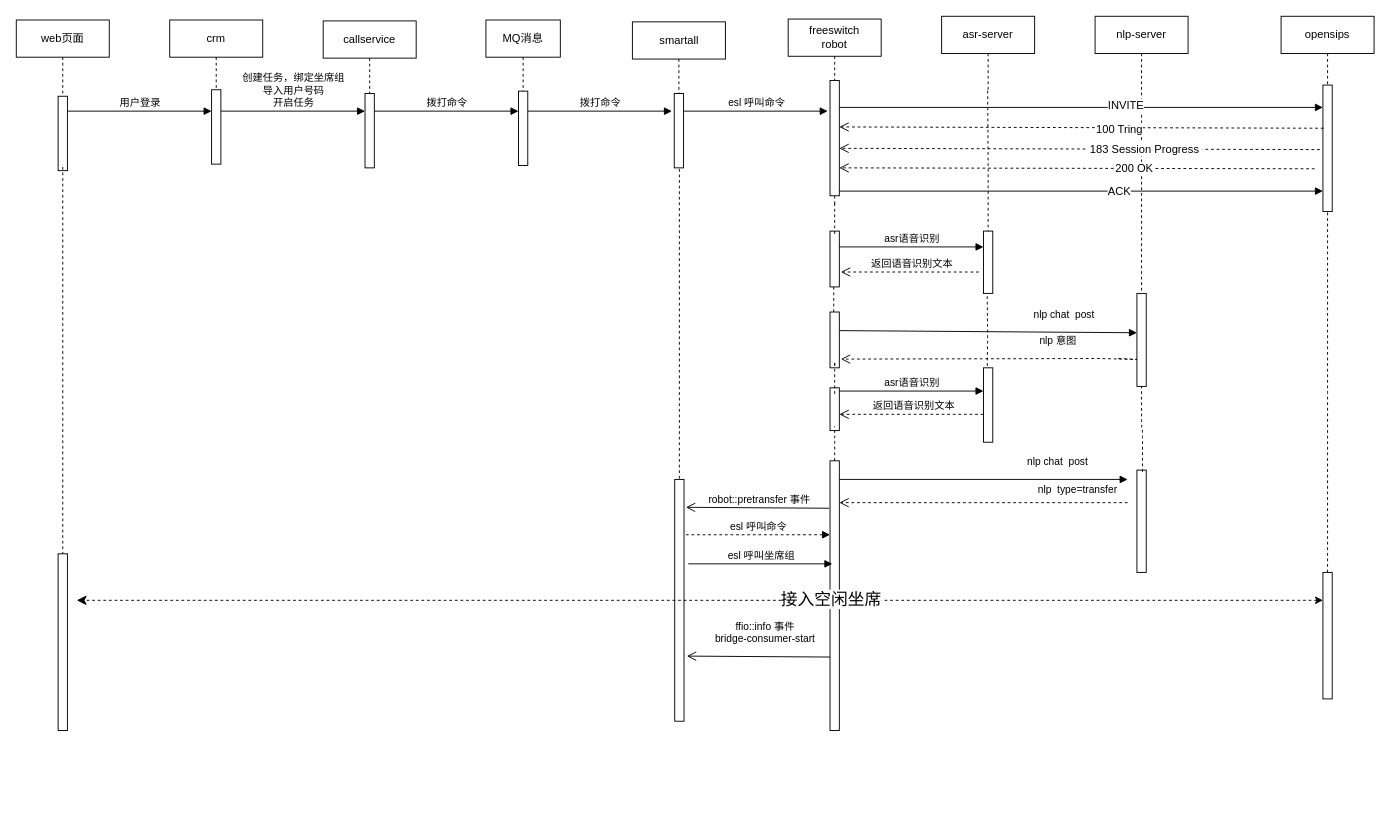
Earlier version of the draw.io diagram Untitled Diagram.drawio (shfguan/mygit). Source tidied: cells renumbered, new cells numbered last; positions are measured from the earlier drawing's top-left corner, leaving out a move shared by most shapes. Both pictures are drawn from the tidied source at 93%, with x=0, y=0 at pixel (16, 16).
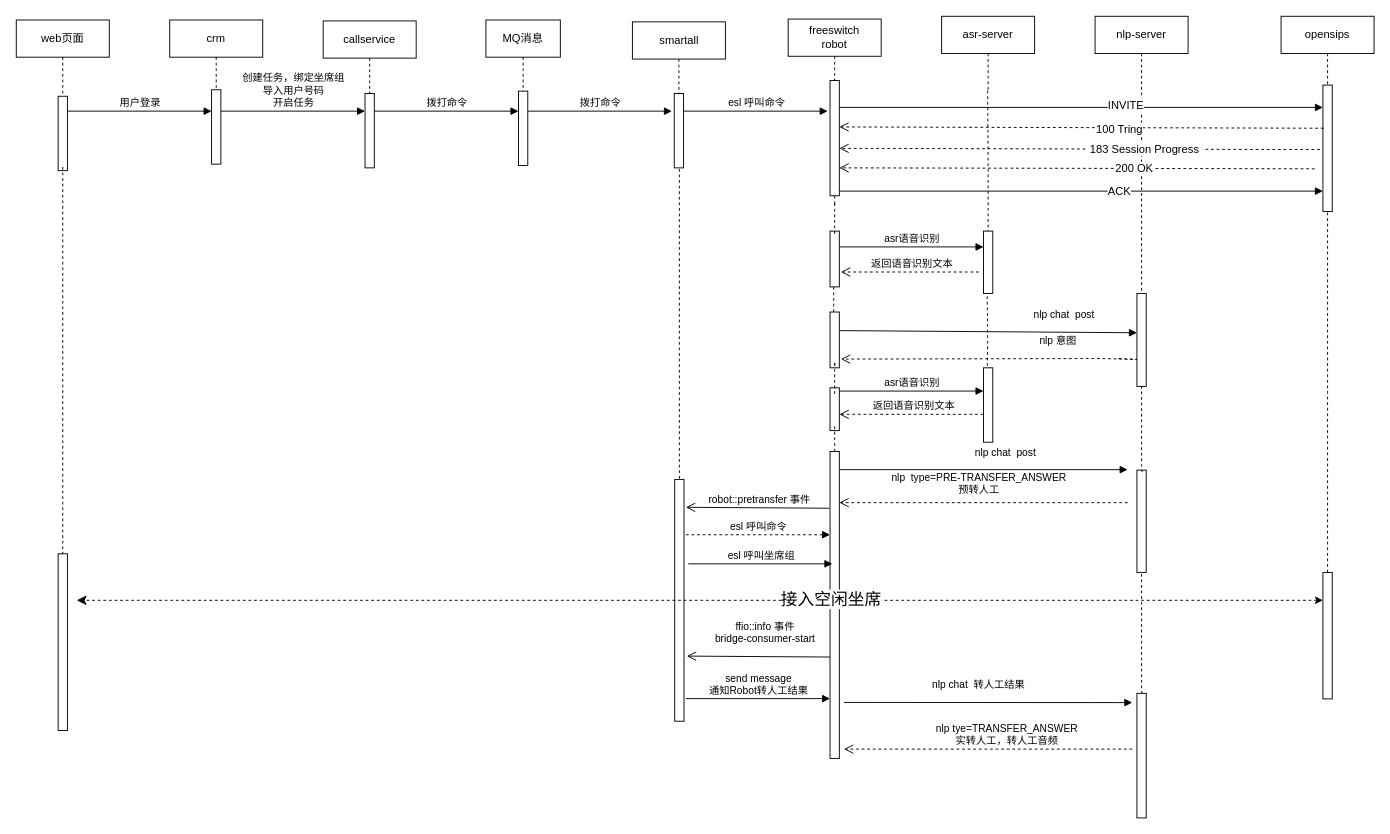
The same diagram, later.

Unchanged cells that the change refers to:
```xml
<mxCell id="24" style="html=1;points=[];perimeter=orthogonalPerimeter;" parent="1" vertex="1">
  <mxGeometry x="1205" y="298" width="10" height="100" as="geometry" />
</mxCell>
<mxCell id="61" style="html=1;points=[];perimeter=orthogonalPerimeter;" parent="1" vertex="1">
  <mxGeometry x="1205" y="488" width="10" height="110" as="geometry" />
</mxCell>
```

Diff of the diagram source:
```diff
@@
     <mxCell id="33" value="nlp chat &amp;nbsp;post&amp;nbsp;" style="html=1;verticalAlign=bottom;endArrow=block;" parent="1" edge="1">
-      <mxGeometry x="0.52" y="10" relative="1" as="geometry">
-        <mxPoint x="885" y="498" as="sourcePoint" />
-        <mxPoint x="1195" y="498" as="targetPoint" />
+      <mxGeometry x="0.16" y="10" relative="1" as="geometry">
+        <mxPoint x="885" y="487.5" as="sourcePoint" />
+        <mxPoint x="1195" y="487.5" as="targetPoint" />
       </mxGeometry>
     </mxCell>
@@
     <mxCell id="41" style="html=1;points=[];perimeter=orthogonalPerimeter;" parent="1" vertex="1">
-      <mxGeometry x="875" y="478" width="10" height="290" as="geometry" />
+      <mxGeometry x="875" y="468" width="10" height="330" as="geometry" />
     </mxCell>
@@
-    <mxCell id="43" value="nlp &amp;nbsp;type=transfer" style="html=1;verticalAlign=bottom;endArrow=open;endSize=8;rounded=0;dashed=1;" parent="1" edge="1">
-      <mxGeometry x="-0.65" y="-5" relative="1" as="geometry">
+    <mxCell id="43" value="nlp &amp;nbsp;type=PRE-TRANSFER_ANSWER&lt;br&gt;预转人工&lt;br&gt;" style="html=1;verticalAlign=bottom;endArrow=open;endSize=8;rounded=0;dashed=1;" parent="1" edge="1">
+      <mxGeometry x="0.03" y="-5" relative="1" as="geometry">
         <mxPoint x="1195" y="523" as="sourcePoint" />
         <mxPoint x="885" y="523" as="targetPoint" />
       </mxGeometry>
     </mxCell>
@@
     <mxCell id="62" style="edgeStyle=orthogonalEdgeStyle;rounded=1;jumpSize=6;jettySize=auto;html=1;shadow=0;dashed=1;startArrow=none;startFill=0;endArrow=none;endFill=0;strokeWidth=1;exitX=0.6;exitY=0.017;exitDx=0;exitDy=0;exitPerimeter=0;" parent="1" edge="1" source="61" target="24">
-      <mxGeometry relative="1" as="geometry" />
+      <mxGeometry relative="1" as="geometry">
+        <Array as="points">
+          <mxPoint x="1210" y="490" />
+        </Array>
+      </mxGeometry>
     </mxCell>
@@
+    <mxCell id="68" value="send message&lt;br&gt;通知Robot转人工结果&lt;br&gt;" style="html=1;verticalAlign=bottom;endArrow=block;" parent="1" edge="1">
+      <mxGeometry relative="1" as="geometry">
+        <mxPoint x="720" y="733.7" as="sourcePoint" />
+        <mxPoint x="875" y="733.7" as="targetPoint" />
+      </mxGeometry>
+    </mxCell>
+    <mxCell id="69" style="html=1;perimeter=orthogonalPerimeter;" parent="1" vertex="1">
+      <mxGeometry x="1205" y="728" width="10" height="134" as="geometry" />
+    </mxCell>
+    <mxCell id="70" style="edgeStyle=orthogonalEdgeStyle;rounded=1;jumpSize=6;jettySize=auto;html=1;shadow=0;dashed=1;startArrow=none;startFill=0;endArrow=none;endFill=0;strokeWidth=1;exitX=0.6;exitY=0.017;exitDx=0;exitDy=0;exitPerimeter=0;" parent="1" edge="1" target="61">
+      <mxGeometry relative="1" as="geometry">
+        <mxPoint x="1211" y="728" as="sourcePoint" />
+        <Array as="points">
+          <mxPoint x="1210" y="728" />
+        </Array>
+      </mxGeometry>
+    </mxCell>
+    <mxCell id="71" value="nlp chat &amp;nbsp;转人工结果&amp;nbsp;" style="html=1;verticalAlign=bottom;endArrow=block;" parent="1" edge="1">
+      <mxGeometry x="-0.06" y="10" relative="1" as="geometry">
+        <mxPoint x="890" y="737.8" as="sourcePoint" />
+        <mxPoint x="1200" y="738" as="targetPoint" />
+      </mxGeometry>
+    </mxCell>
+    <mxCell id="72" value="nlp tye=&lt;span&gt;TRANSFER_ANSWER&lt;br&gt;实转人工，转人工音频&lt;br&gt;&lt;/span&gt;" style="html=1;verticalAlign=bottom;endArrow=open;endSize=8;rounded=0;dashed=1;" parent="1" edge="1">
+      <mxGeometry x="-0.13" relative="1" as="geometry">
+        <mxPoint x="1200" y="788" as="sourcePoint" />
+        <mxPoint x="890" y="788" as="targetPoint" />
+      </mxGeometry>
+    </mxCell>
```
